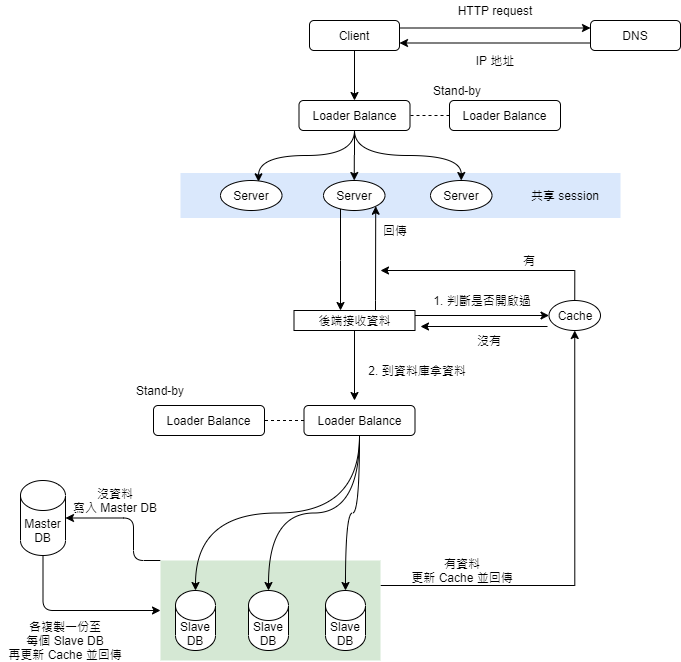
Earlier version of the draw.io export homeworks/week14/hw1.png (Lidemy/mentor-program-4th-v61265). Source tidied: cells renumbered, new cells last; positions are measured from the earlier drawing's top-left corner, leaving out a move shared by most shapes. Its diagram source:
```xml
<mxGraphModel>
  <root>
    <mxCell id="0" />
    <mxCell id="1" parent="0" />
    <mxCell id="2" style="edgeStyle=orthogonalEdgeStyle;jettySize=auto;html=1;exitX=1;exitY=0.25;exitDx=0;exitDy=0;entryX=0.5;entryY=1;entryDx=0;entryDy=0;strokeColor=#000000;rounded=0;" parent="1" edge="1" source="4" target="32">
      <mxGeometry relative="1" as="geometry" />
    </mxCell>
    <mxCell id="3" style="edgeStyle=orthogonalEdgeStyle;jettySize=auto;html=1;entryX=1;entryY=0.5;entryDx=0;entryDy=0;entryPerimeter=0;rounded=1;" parent="1" edge="1" source="4" target="50">
      <mxGeometry relative="1" as="geometry">
        <Array as="points">
          <mxPoint x="133" y="560" />
          <mxPoint x="133" y="518" />
        </Array>
      </mxGeometry>
    </mxCell>
    <mxCell id="4" style="rounded=0;whiteSpace=wrap;html=1;fillColor=#d5e8d4;strokeColor=none;" parent="1" vertex="1">
      <mxGeometry x="160" y="560" width="220" height="100" as="geometry" />
    </mxCell>
    <mxCell id="5" style="rounded=0;whiteSpace=wrap;html=1;fillColor=#dae8fc;strokeColor=none;" parent="1" vertex="1">
      <mxGeometry x="180" y="172.5" width="440" height="45" as="geometry" />
    </mxCell>
    <mxCell id="6" style="edgeStyle=orthogonalEdgeStyle;rounded=0;jettySize=auto;html=1;exitX=1;exitY=0.25;exitDx=0;exitDy=0;entryX=0;entryY=0.25;entryDx=0;entryDy=0;" parent="1" edge="1" source="8" target="10">
      <mxGeometry relative="1" as="geometry" />
    </mxCell>
    <mxCell id="7" style="edgeStyle=orthogonalEdgeStyle;rounded=0;jettySize=auto;html=1;exitX=0.5;exitY=1;exitDx=0;exitDy=0;" parent="1" edge="1" source="8" target="16">
      <mxGeometry relative="1" as="geometry" />
    </mxCell>
    <mxCell id="8" value="Client" style="rounded=1;whiteSpace=wrap;html=1;" parent="1" vertex="1">
      <mxGeometry x="309" y="20" width="90" height="30" as="geometry" />
    </mxCell>
    <mxCell id="9" style="edgeStyle=orthogonalEdgeStyle;rounded=0;jettySize=auto;html=1;exitX=0;exitY=0.75;exitDx=0;exitDy=0;entryX=1;entryY=0.75;entryDx=0;entryDy=0;" parent="1" edge="1" source="10" target="8">
      <mxGeometry relative="1" as="geometry" />
    </mxCell>
    <mxCell id="10" value="DNS" style="rounded=1;whiteSpace=wrap;html=1;" parent="1" vertex="1">
      <mxGeometry x="590" y="20" width="90" height="30" as="geometry" />
    </mxCell>
    <mxCell id="11" value="HTTP request" style="text;html=1;strokeColor=none;fillColor=none;align=center;verticalAlign=middle;whiteSpace=wrap;rounded=0;" parent="1" vertex="1">
      <mxGeometry x="430" width="130" height="20" as="geometry" />
    </mxCell>
    <mxCell id="12" value="IP 地址" style="text;html=1;strokeColor=none;fillColor=none;align=center;verticalAlign=middle;whiteSpace=wrap;rounded=0;" parent="1" vertex="1">
      <mxGeometry x="430" y="50" width="130" height="20" as="geometry" />
    </mxCell>
    <mxCell id="13" style="edgeStyle=orthogonalEdgeStyle;jettySize=auto;html=1;exitX=0.5;exitY=1;exitDx=0;exitDy=0;entryX=0.618;entryY=0.044;entryDx=0;entryDy=0;entryPerimeter=0;curved=1;" parent="1" edge="1" source="16" target="21">
      <mxGeometry relative="1" as="geometry" />
    </mxCell>
    <mxCell id="14" style="edgeStyle=orthogonalEdgeStyle;curved=1;jettySize=auto;html=1;exitX=0.5;exitY=1;exitDx=0;exitDy=0;entryX=0.5;entryY=0;entryDx=0;entryDy=0;" parent="1" edge="1" source="16" target="20">
      <mxGeometry relative="1" as="geometry" />
    </mxCell>
    <mxCell id="15" style="edgeStyle=orthogonalEdgeStyle;curved=1;jettySize=auto;html=1;exitX=0.5;exitY=1;exitDx=0;exitDy=0;entryX=0.5;entryY=0;entryDx=0;entryDy=0;" parent="1" edge="1" source="16" target="22">
      <mxGeometry relative="1" as="geometry" />
    </mxCell>
    <mxCell id="16" value="Loader Balance" style="rounded=1;whiteSpace=wrap;html=1;" parent="1" vertex="1">
      <mxGeometry x="298.5" y="100" width="111" height="30" as="geometry" />
    </mxCell>
    <mxCell id="17" value="Loader Balance" style="rounded=1;whiteSpace=wrap;html=1;" parent="1" vertex="1">
      <mxGeometry x="449" y="100" width="111" height="30" as="geometry" />
    </mxCell>
    <mxCell id="18" style="endArrow=none;dashed=1;html=1;entryX=0;entryY=0.5;entryDx=0;entryDy=0;" parent="1" edge="1" target="17">
      <mxGeometry relative="1" as="geometry">
        <mxPoint x="410" y="115" as="sourcePoint" />
      </mxGeometry>
    </mxCell>
    <mxCell id="19" style="edgeStyle=orthogonalEdgeStyle;rounded=0;jettySize=auto;html=1;" parent="1" edge="1" source="20" target="27">
      <mxGeometry relative="1" as="geometry">
        <Array as="points">
          <mxPoint x="340" y="260" />
          <mxPoint x="340" y="260" />
        </Array>
      </mxGeometry>
    </mxCell>
    <mxCell id="20" value="Server" style="ellipse;whiteSpace=wrap;html=1;" parent="1" vertex="1">
      <mxGeometry x="323" y="180" width="61.5" height="30" as="geometry" />
    </mxCell>
    <mxCell id="21" value="Server" style="ellipse;whiteSpace=wrap;html=1;" parent="1" vertex="1">
      <mxGeometry x="220" y="180" width="61.5" height="30" as="geometry" />
    </mxCell>
    <mxCell id="22" value="Server" style="ellipse;whiteSpace=wrap;html=1;" parent="1" vertex="1">
      <mxGeometry x="430" y="180" width="61.5" height="30" as="geometry" />
    </mxCell>
    <mxCell id="23" value="Stand-by" style="text;html=1;strokeColor=none;fillColor=none;align=center;verticalAlign=middle;whiteSpace=wrap;rounded=0;" parent="1" vertex="1">
      <mxGeometry x="421.5" y="80" width="70" height="20" as="geometry" />
    </mxCell>
    <mxCell id="24" value="共享 session" style="text;html=1;strokeColor=none;fillColor=none;align=center;verticalAlign=middle;whiteSpace=wrap;rounded=0;" parent="1" vertex="1">
      <mxGeometry x="520" y="185" width="90" height="20" as="geometry" />
    </mxCell>
    <mxCell id="25" style="edgeStyle=orthogonalEdgeStyle;rounded=0;jettySize=auto;html=1;exitX=1;exitY=0.25;exitDx=0;exitDy=0;entryX=0;entryY=0.5;entryDx=0;entryDy=0;" parent="1" edge="1" source="27" target="32">
      <mxGeometry relative="1" as="geometry" />
    </mxCell>
    <mxCell id="26" style="edgeStyle=orthogonalEdgeStyle;rounded=0;jettySize=auto;html=1;exitX=0.5;exitY=1;exitDx=0;exitDy=0;" parent="1" edge="1" source="27">
      <mxGeometry relative="1" as="geometry">
        <mxPoint x="354" y="400" as="targetPoint" />
      </mxGeometry>
    </mxCell>
    <mxCell id="27" value="後端接收資料" style="rounded=0;whiteSpace=wrap;html=1;" parent="1" vertex="1">
      <mxGeometry x="293.5" y="310" width="121" height="20" as="geometry" />
    </mxCell>
    <mxCell id="28" style="edgeStyle=orthogonalEdgeStyle;rounded=0;jettySize=auto;html=1;entryX=1;entryY=1;entryDx=0;entryDy=0;" parent="1" edge="1" source="27" target="20">
      <mxGeometry relative="1" as="geometry">
        <Array as="points">
          <mxPoint x="375" y="300" />
          <mxPoint x="375" y="300" />
        </Array>
      </mxGeometry>
    </mxCell>
    <mxCell id="29" value="回傳" style="text;html=1;strokeColor=none;fillColor=none;align=center;verticalAlign=middle;whiteSpace=wrap;rounded=0;" parent="1" vertex="1">
      <mxGeometry x="374.5" y="220" width="40" height="20" as="geometry" />
    </mxCell>
    <mxCell id="30" style="edgeStyle=orthogonalEdgeStyle;rounded=0;jettySize=auto;html=1;" parent="1" edge="1" source="32">
      <mxGeometry relative="1" as="geometry">
        <mxPoint x="380" y="270" as="targetPoint" />
        <Array as="points">
          <mxPoint x="574" y="270" />
        </Array>
      </mxGeometry>
    </mxCell>
    <mxCell id="31" style="edgeStyle=orthogonalEdgeStyle;rounded=0;orthogonalLoop=1;jettySize=auto;html=1;" parent="1" edge="1">
      <mxGeometry relative="1" as="geometry">
        <mxPoint x="547" y="326" as="sourcePoint" />
        <mxPoint x="420" y="326" as="targetPoint" />
      </mxGeometry>
    </mxCell>
    <mxCell id="32" value="Cache" style="ellipse;whiteSpace=wrap;html=1;" parent="1" vertex="1">
      <mxGeometry x="548.5" y="300" width="51.5" height="30" as="geometry" />
    </mxCell>
    <mxCell id="33" value="1. 判斷是否開啟過" style="text;html=1;strokeColor=none;fillColor=none;align=center;verticalAlign=middle;whiteSpace=wrap;rounded=0;" parent="1" vertex="1">
      <mxGeometry x="430" y="290" width="103.5" height="20" as="geometry" />
    </mxCell>
    <mxCell id="34" value="有" style="text;html=1;strokeColor=none;fillColor=none;align=center;verticalAlign=middle;whiteSpace=wrap;rounded=0;" parent="1" vertex="1">
      <mxGeometry x="508.5" y="250" width="40" height="20" as="geometry" />
    </mxCell>
    <mxCell id="35" value="沒有" style="text;html=1;strokeColor=none;fillColor=none;align=center;verticalAlign=middle;whiteSpace=wrap;rounded=0;" parent="1" vertex="1">
      <mxGeometry x="468.5" y="330" width="40" height="20" as="geometry" />
    </mxCell>
    <mxCell id="36" value="Loader Balance" style="rounded=1;whiteSpace=wrap;html=1;" parent="1" vertex="1">
      <mxGeometry x="153" y="405" width="111" height="30" as="geometry" />
    </mxCell>
    <mxCell id="37" style="edgeStyle=orthogonalEdgeStyle;jettySize=auto;html=1;exitX=0.5;exitY=1;exitDx=0;exitDy=0;curved=1;" parent="1" edge="1" source="40" target="46">
      <mxGeometry relative="1" as="geometry" />
    </mxCell>
    <mxCell id="38" style="edgeStyle=orthogonalEdgeStyle;curved=1;jettySize=auto;html=1;exitX=0.5;exitY=1;exitDx=0;exitDy=0;entryX=0.5;entryY=0;entryDx=0;entryDy=0;entryPerimeter=0;strokeColor=#000000;" parent="1" edge="1" source="40" target="45">
      <mxGeometry relative="1" as="geometry" />
    </mxCell>
    <mxCell id="39" style="edgeStyle=orthogonalEdgeStyle;curved=1;jettySize=auto;html=1;exitX=0.5;exitY=1;exitDx=0;exitDy=0;entryX=0.5;entryY=0;entryDx=0;entryDy=0;entryPerimeter=0;strokeColor=#000000;" parent="1" edge="1" source="40" target="44">
      <mxGeometry relative="1" as="geometry" />
    </mxCell>
    <mxCell id="40" value="Loader Balance" style="rounded=1;whiteSpace=wrap;html=1;" parent="1" vertex="1">
      <mxGeometry x="303.5" y="405" width="111" height="30" as="geometry" />
    </mxCell>
    <mxCell id="41" style="endArrow=none;dashed=1;html=1;entryX=0;entryY=0.5;entryDx=0;entryDy=0;" parent="1" edge="1" target="40">
      <mxGeometry relative="1" as="geometry">
        <mxPoint x="264.5" y="420" as="sourcePoint" />
      </mxGeometry>
    </mxCell>
    <mxCell id="42" value="Stand-by" style="text;html=1;strokeColor=none;fillColor=none;align=center;verticalAlign=middle;whiteSpace=wrap;rounded=0;" parent="1" vertex="1">
      <mxGeometry x="124.5" y="380" width="70" height="20" as="geometry" />
    </mxCell>
    <mxCell id="43" value="2. 到資料庫拿資料" style="text;html=1;strokeColor=none;fillColor=none;align=center;verticalAlign=middle;whiteSpace=wrap;rounded=0;" parent="1" vertex="1">
      <mxGeometry x="365" y="360" width="103.5" height="20" as="geometry" />
    </mxCell>
    <mxCell id="44" value="Slave&lt;br&gt;DB" style="shape=cylinder3;whiteSpace=wrap;html=1;boundedLbl=1;backgroundOutline=1;size=15;" parent="1" vertex="1">
      <mxGeometry x="175" y="590" width="40" height="60" as="geometry" />
    </mxCell>
    <mxCell id="45" value="Slave&lt;br&gt;DB" style="shape=cylinder3;whiteSpace=wrap;html=1;boundedLbl=1;backgroundOutline=1;size=15;" parent="1" vertex="1">
      <mxGeometry x="248" y="590" width="40" height="60" as="geometry" />
    </mxCell>
    <mxCell id="46" value="Slave&lt;br&gt;DB" style="shape=cylinder3;whiteSpace=wrap;html=1;boundedLbl=1;backgroundOutline=1;size=15;" parent="1" vertex="1">
      <mxGeometry x="325" y="590" width="40" height="60" as="geometry" />
    </mxCell>
    <mxCell id="47" value="有資料&lt;br&gt;更新 Cache 並回傳" style="text;html=1;strokeColor=none;fillColor=none;align=center;verticalAlign=middle;whiteSpace=wrap;rounded=0;" parent="1" vertex="1">
      <mxGeometry x="404" y="560" width="116" height="20" as="geometry" />
    </mxCell>
    <mxCell id="48" value="沒資料&lt;br&gt;寫入 Master DB" style="text;html=1;strokeColor=none;fillColor=none;align=center;verticalAlign=middle;whiteSpace=wrap;rounded=0;" parent="1" vertex="1">
      <mxGeometry x="70" y="490" width="90" height="20" as="geometry" />
    </mxCell>
    <mxCell id="49" style="edgeStyle=orthogonalEdgeStyle;rounded=1;jettySize=auto;html=1;exitX=0.5;exitY=1;exitDx=0;exitDy=0;exitPerimeter=0;entryX=0;entryY=0.5;entryDx=0;entryDy=0;strokeColor=#000000;" parent="1" edge="1" source="50" target="4">
      <mxGeometry relative="1" as="geometry" />
    </mxCell>
    <mxCell id="50" value="Master&lt;br&gt;DB" style="shape=cylinder3;whiteSpace=wrap;html=1;boundedLbl=1;backgroundOutline=1;size=15;" parent="1" vertex="1">
      <mxGeometry x="20" y="480" width="45" height="75" as="geometry" />
    </mxCell>
    <mxCell id="51" value="各複製一份至&lt;br&gt;每個 Slave DB&lt;br&gt;再更新 Cache 並回傳" style="text;html=1;strokeColor=none;fillColor=none;align=center;verticalAlign=middle;whiteSpace=wrap;rounded=0;" parent="1" vertex="1">
      <mxGeometry y="630" width="130" height="20" as="geometry" />
    </mxCell>
  </root>
</mxGraphModel>
```
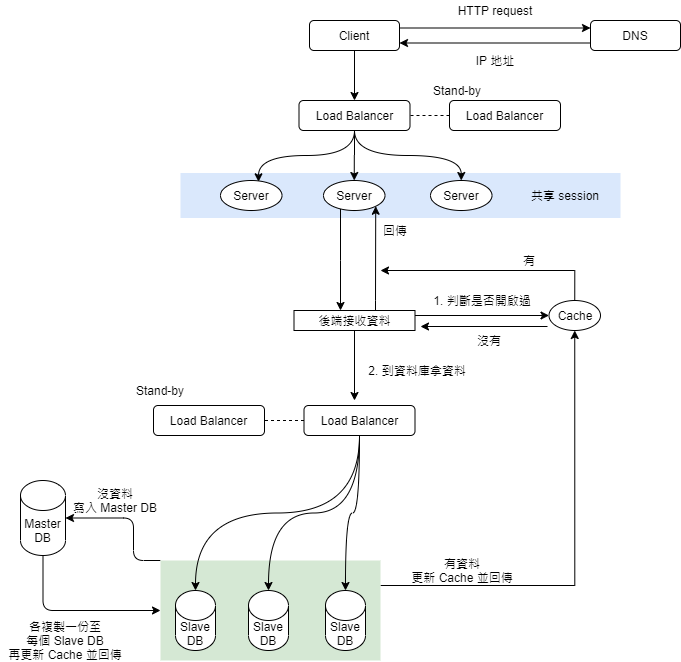
After the change.

Commit message:
訂正 14 和 16 週錯字和圖

The edit, as a diff of the source:
```diff
@@ -49,10 +49,10 @@
     <mxCell id="15" style="edgeStyle=orthogonalEdgeStyle;curved=1;jettySize=auto;html=1;exitX=0.5;exitY=1;exitDx=0;exitDy=0;entryX=0.5;entryY=0;entryDx=0;entryDy=0;" parent="1" edge="1" source="16" target="22">
       <mxGeometry relative="1" as="geometry" />
     </mxCell>
-    <mxCell id="16" value="Loader Balance" style="rounded=1;whiteSpace=wrap;html=1;" parent="1" vertex="1">
+    <mxCell id="16" value="Load Balancer" style="rounded=1;whiteSpace=wrap;html=1;" parent="1" vertex="1">
       <mxGeometry x="298.5" y="100" width="111" height="30" as="geometry" />
     </mxCell>
-    <mxCell id="17" value="Loader Balance" style="rounded=1;whiteSpace=wrap;html=1;" parent="1" vertex="1">
+    <mxCell id="17" value="Load Balancer" style="rounded=1;whiteSpace=wrap;html=1;" parent="1" vertex="1">
       <mxGeometry x="449" y="100" width="111" height="30" as="geometry" />
     </mxCell>
     <mxCell id="18" style="endArrow=none;dashed=1;html=1;entryX=0;entryY=0.5;entryDx=0;entryDy=0;" parent="1" edge="1" target="17">
@@ -131,7 +131,7 @@
     <mxCell id="35" value="沒有" style="text;html=1;strokeColor=none;fillColor=none;align=center;verticalAlign=middle;whiteSpace=wrap;rounded=0;" parent="1" vertex="1">
       <mxGeometry x="468.5" y="330" width="40" height="20" as="geometry" />
     </mxCell>
-    <mxCell id="36" value="Loader Balance" style="rounded=1;whiteSpace=wrap;html=1;" parent="1" vertex="1">
+    <mxCell id="36" value="Load Balancer" style="rounded=1;whiteSpace=wrap;html=1;" parent="1" vertex="1">
       <mxGeometry x="153" y="405" width="111" height="30" as="geometry" />
     </mxCell>
     <mxCell id="37" style="edgeStyle=orthogonalEdgeStyle;jettySize=auto;html=1;exitX=0.5;exitY=1;exitDx=0;exitDy=0;curved=1;" parent="1" edge="1" source="40" target="46">
@@ -143,7 +143,7 @@
     <mxCell id="39" style="edgeStyle=orthogonalEdgeStyle;curved=1;jettySize=auto;html=1;exitX=0.5;exitY=1;exitDx=0;exitDy=0;entryX=0.5;entryY=0;entryDx=0;entryDy=0;entryPerimeter=0;strokeColor=#000000;" parent="1" edge="1" source="40" target="44">
       <mxGeometry relative="1" as="geometry" />
     </mxCell>
-    <mxCell id="40" value="Loader Balance" style="rounded=1;whiteSpace=wrap;html=1;" parent="1" vertex="1">
+    <mxCell id="40" value="Load&amp;nbsp;Balancer" style="rounded=1;whiteSpace=wrap;html=1;" parent="1" vertex="1">
       <mxGeometry x="303.5" y="405" width="111" height="30" as="geometry" />
     </mxCell>
     <mxCell id="41" style="endArrow=none;dashed=1;html=1;entryX=0;entryY=0.5;entryDx=0;entryDy=0;" parent="1" edge="1" target="40">
```
